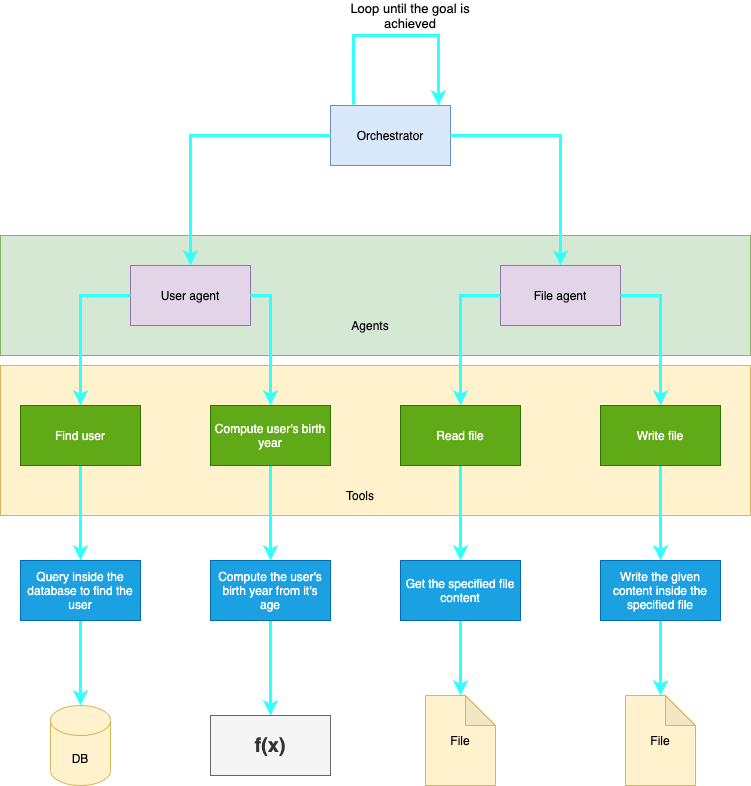
The draw.io diagram assets/braiin.png in TinyRabarioelina/braiin, before a commit. Source tidied: cells renumbered, new cells last; positions are measured from the earlier drawing's top-left corner, leaving out a move shared by most shapes.
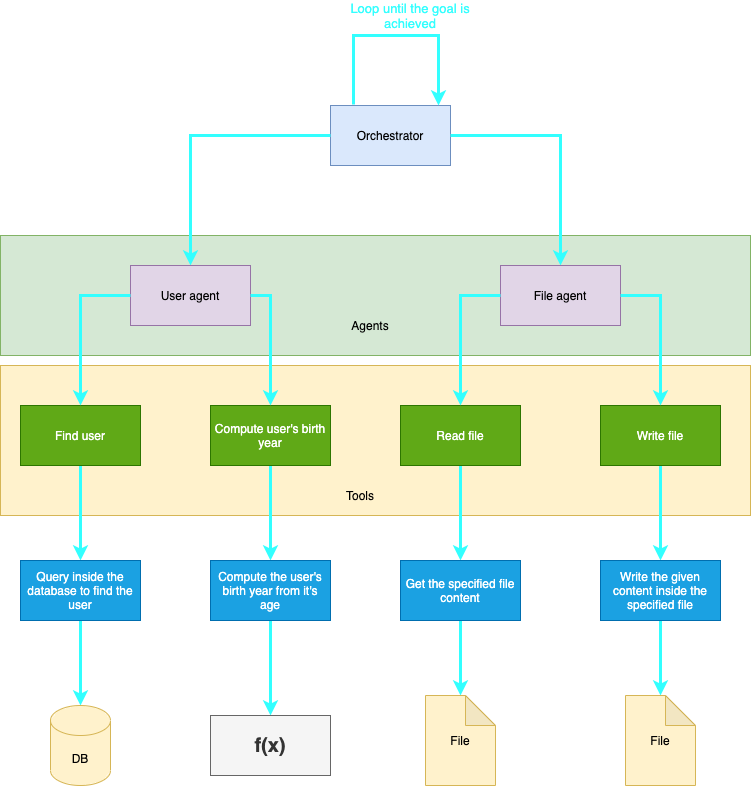
Later version of the same file.

The edit, as a diff of the source:
```diff
@@ -125,7 +125,7 @@
         </Array>
       </mxGeometry>
     </mxCell>
-    <mxCell id="36" value="Loop until the goal is achieved" style="text;html=1;strokeColor=none;fillColor=none;align=center;verticalAlign=middle;whiteSpace=wrap;rounded=0;fontSize=13;fontStyle=0;" parent="1" vertex="1">
+    <mxCell id="36" value="Loop until the goal is achieved" style="text;html=1;strokeColor=none;fillColor=none;align=center;verticalAlign=middle;whiteSpace=wrap;rounded=0;fontSize=13;fontStyle=0;fontColor=#33FFFF;" parent="1" vertex="1">
       <mxGeometry x="330" width="160" height="20" as="geometry" />
     </mxCell>
   </root>
```
